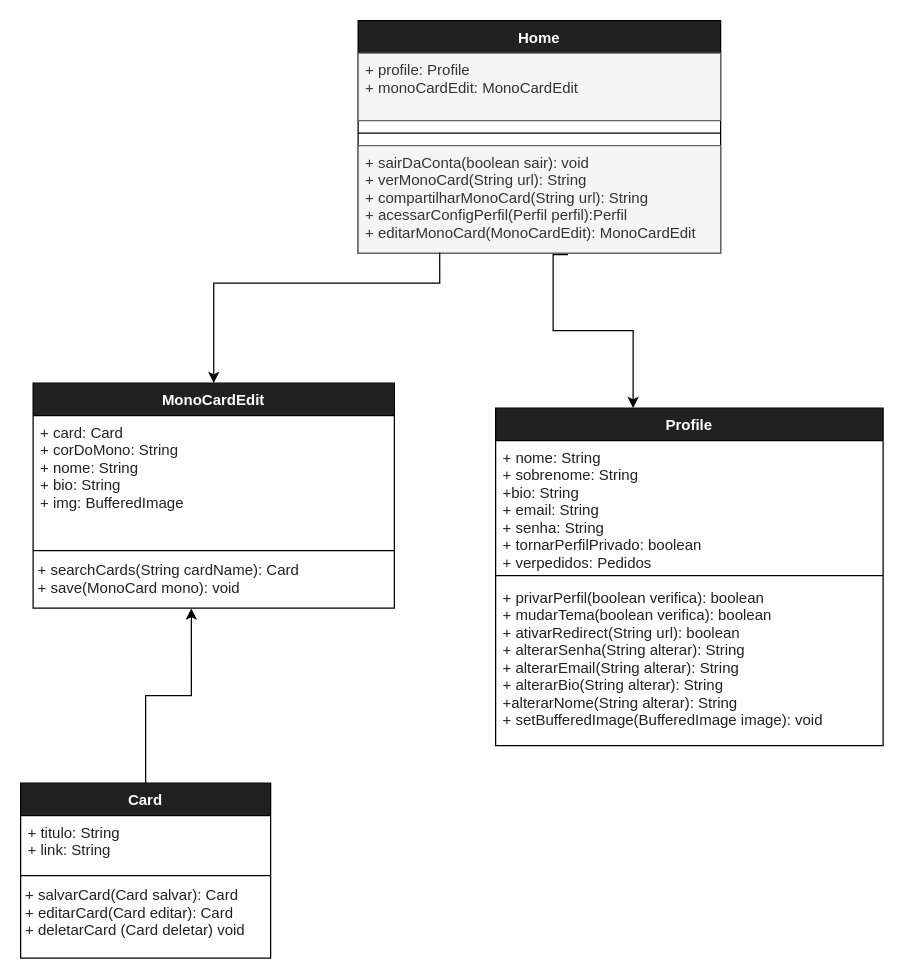
The draw.io diagram Untitled Diagram.drawio in K4L1B3/cartaoNFC, before the edit. Source tidied: cells renumbered, new cells numbered last; positions are measured from the earlier drawing's top-left corner, leaving out a move shared by most shapes. Both pictures are drawn from the tidied source at 125%, with x=0, y=0 at pixel (-42, 20).
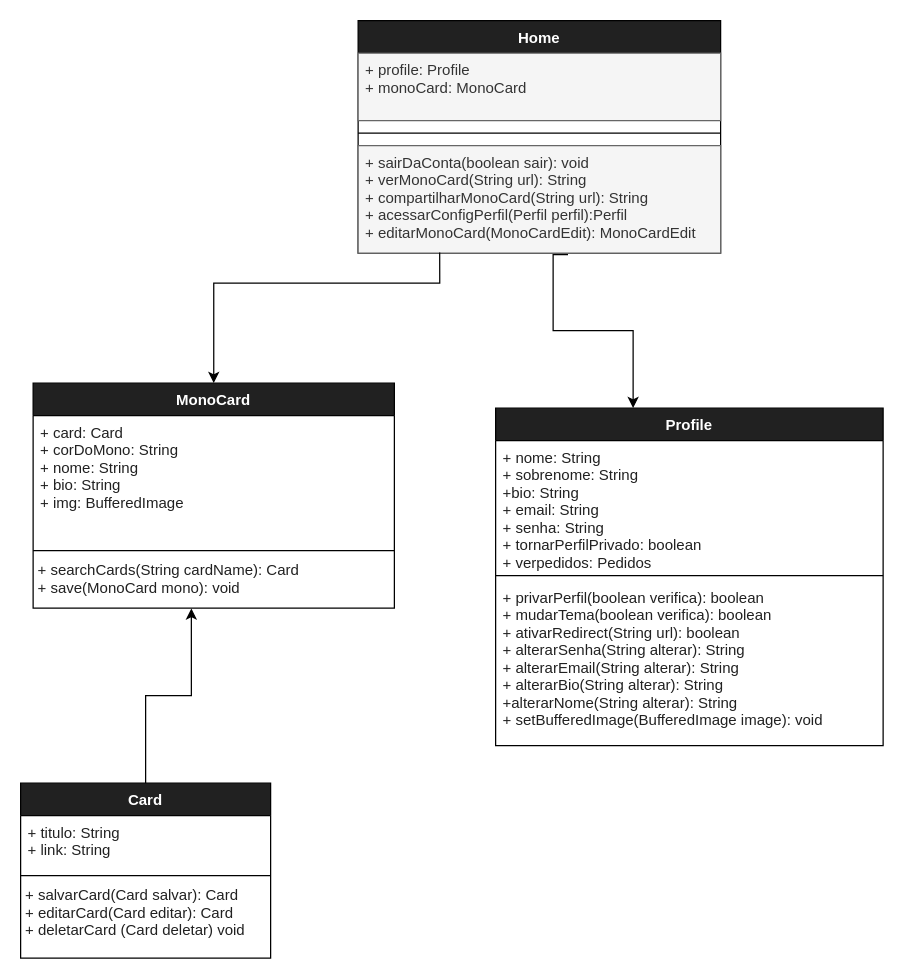
Above is the later version.

Unchanged cells that the change refers to:
```xml
<mxCell id="2" value="Home" style="swimlane;fontStyle=1;align=center;verticalAlign=top;horizontal=1;startSize=26;fontColor=#FFFFFF;fillColor=#212121;" parent="1" vertex="1">
  <mxGeometry x="320" width="290" height="186" as="geometry" />
</mxCell>
```

The edit, as a diff of the source:
```diff
@@
-    <mxCell id="3" value="+ profile: Profile&#10;+ monoCardEdit: MonoCardEdit&#10;&#10;" style="text;align=left;verticalAlign=top;spacingLeft=4;spacingRight=4;overflow=hidden;fillColor=#f5f5f5;fontColor=#333333;strokeColor=#666666;" parent="2" vertex="1">
+    <mxCell id="3" value="+ profile: Profile&#10;+ monoCard: MonoCard&#10;&#10;" style="text;align=left;verticalAlign=top;spacingLeft=4;spacingRight=4;overflow=hidden;fillColor=#f5f5f5;fontColor=#333333;strokeColor=#666666;" parent="2" vertex="1">
       <mxGeometry y="26" width="290" height="54" as="geometry" />
     </mxCell>
@@
-    <mxCell id="10" value="MonoCardEdit" style="swimlane;fontStyle=1;align=center;verticalAlign=top;horizontal=1;startSize=26;fontColor=#FFFFFF;fillColor=#212121;" parent="1" vertex="1">
+    <mxCell id="10" value="MonoCard" style="swimlane;fontStyle=1;align=center;verticalAlign=top;horizontal=1;startSize=26;fontColor=#FFFFFF;fillColor=#212121;" parent="1" vertex="1">
       <mxGeometry x="60" y="290" width="289" height="180" as="geometry" />
     </mxCell>
```
